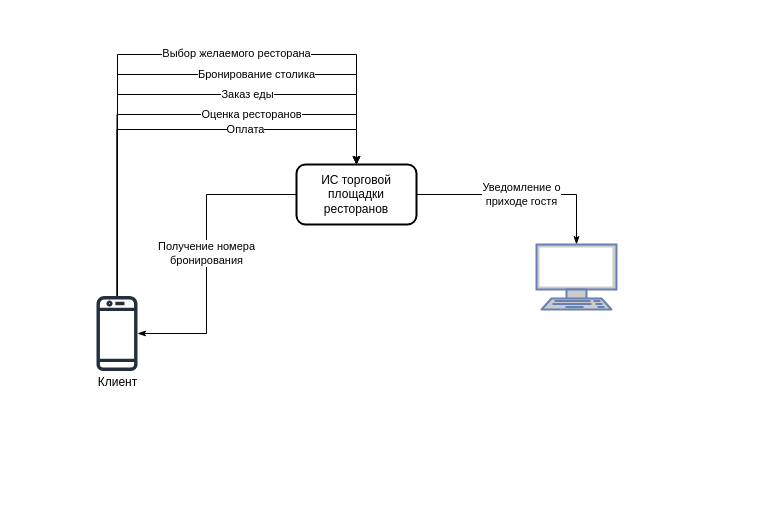
This is back/docs/subjectArea.drawio from 4Marvin2/hurrles, a draw.io file, before an edit. Source tidied: cells renumbered, new cells numbered last; positions are measured from the earlier drawing's top-left corner, leaving out a move shared by most shapes. Both pictures are drawn from the tidied source at 100%, with x=0, y=0 at pixel (86, 54).
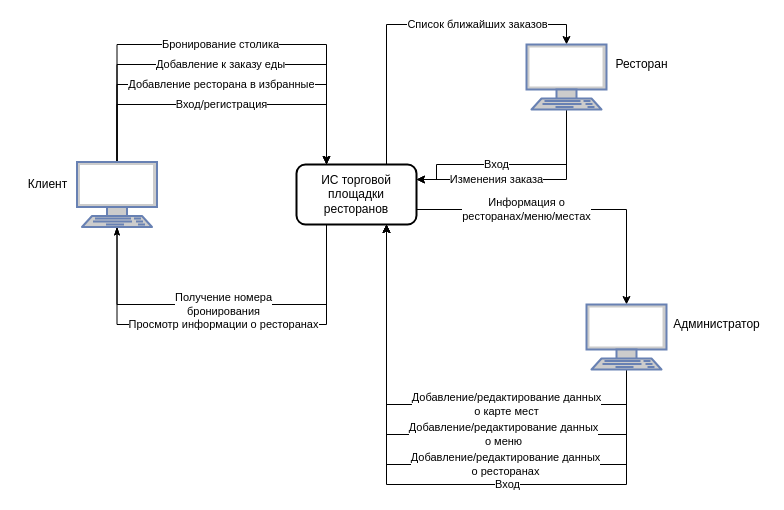
After the change.

The change refers to these unchanged cells:
```xml
<mxCell id="7" value="ИС торговой площадки ресторанов" style="rounded=1;whiteSpace=wrap;html=1;strokeWidth=2;" parent="1" vertex="1">
  <mxGeometry x="210" y="110" width="120" height="60" as="geometry" />
</mxCell>
```

Change to the diagram source:
```diff
@@
-    <mxCell id="2" style="edgeStyle=orthogonalEdgeStyle;rounded=0;jettySize=auto;html=1;exitX=0.5;exitY=0;exitDx=0;exitDy=0;endArrow=none;endFill=0;startArrow=classicThin;startFill=1;" parent="1" edge="1" source="7" target="10">
+    <mxCell id="2" value="Просмотр информации о ресторанах" style="edgeStyle=orthogonalEdgeStyle;rounded=0;jettySize=auto;html=1;exitX=0.5;exitY=1;exitDx=0;exitDy=0;endArrow=none;endFill=0;startArrow=classicThin;startFill=1;exitPerimeter=0;entryX=0.25;entryY=1;entryDx=0;entryDy=0;" parent="1" edge="1" source="17" target="7">
       <mxGeometry relative="1" as="geometry">
         <Array as="points">
-          <mxPoint x="270" />
-          <mxPoint x="31" />
+          <mxPoint x="30" y="270" />
+          <mxPoint x="240" y="270" />
         </Array>
       </mxGeometry>
     </mxCell>
-    <mxCell id="3" value="Выбор желаемого ресторана" style="edgeLabel;html=1;align=center;verticalAlign=middle;" parent="2" vertex="1">
-      <mxGeometry y="-2" relative="1" as="geometry">
-        <mxPoint x="64" as="offset" />
-      </mxGeometry>
-    </mxCell>
-    <mxCell id="4" value="Бронирование столика" style="edgeStyle=orthogonalEdgeStyle;rounded=0;jettySize=auto;html=1;exitX=0.5;exitY=0;exitDx=0;exitDy=0;startArrow=classicThin;startFill=1;endArrow=none;endFill=0;" parent="1" edge="1" source="7" target="10">
-      <mxGeometry x="-0.31" relative="1" as="geometry">
+    <mxCell id="4" value="Бронирование столика" style="edgeStyle=orthogonalEdgeStyle;rounded=0;jettySize=auto;html=1;exitX=0.25;exitY=0;exitDx=0;exitDy=0;startArrow=classicThin;startFill=1;endArrow=none;endFill=0;entryX=0.5;entryY=0;entryDx=0;entryDy=0;entryPerimeter=0;" parent="1" edge="1" source="7" target="17">
+      <mxGeometry x="0.01" relative="1" as="geometry">
         <Array as="points">
-          <mxPoint x="270" y="20" />
-          <mxPoint x="31" y="20" />
+          <mxPoint x="240" y="-10" />
+          <mxPoint x="30" y="-10" />
         </Array>
       </mxGeometry>
     </mxCell>
-    <mxCell id="5" value="Заказ еды" style="edgeStyle=orthogonalEdgeStyle;rounded=0;jettySize=auto;html=1;exitX=0.5;exitY=0;exitDx=0;exitDy=0;endArrow=none;endFill=0;startArrow=classicThin;startFill=1;" parent="1" edge="1" source="7" target="10">
-      <mxGeometry x="-0.3" relative="1" as="geometry">
+    <mxCell id="5" value="Добавление к заказу еды" style="edgeStyle=orthogonalEdgeStyle;rounded=0;jettySize=auto;html=1;endArrow=none;endFill=0;startArrow=classicThin;startFill=1;entryX=0.5;entryY=0;entryDx=0;entryDy=0;entryPerimeter=0;exitX=0.25;exitY=0;exitDx=0;exitDy=0;" parent="1" edge="1" source="7" target="17">
+      <mxGeometry x="0.01" relative="1" as="geometry">
         <Array as="points">
-          <mxPoint x="270" y="40" />
-          <mxPoint x="31" y="40" />
+          <mxPoint x="240" y="10" />
+          <mxPoint x="30" y="10" />
         </Array>
       </mxGeometry>
     </mxCell>
-    <mxCell id="6" value="Уведомление о&lt;br&gt;приходе гостя" style="edgeStyle=orthogonalEdgeStyle;rounded=0;jettySize=auto;html=1;exitX=1;exitY=0.5;exitDx=0;exitDy=0;entryX=0.5;entryY=0;entryDx=0;entryDy=0;entryPerimeter=0;startArrow=none;startFill=0;endArrow=classicThin;endFill=1;" parent="1" edge="1" source="7" target="12">
-      <mxGeometry relative="1" as="geometry" />
+    <mxCell id="6" value="Список ближайших заказов" style="edgeStyle=orthogonalEdgeStyle;rounded=0;jettySize=auto;html=1;exitX=0.75;exitY=0;exitDx=0;exitDy=0;entryX=0.5;entryY=0;entryDx=0;entryDy=0;entryPerimeter=0;" parent="1" edge="1" source="7" target="12">
+      <mxGeometry x="0.36" relative="1" as="geometry" />
     </mxCell>
+    <mxCell id="14" value="Информация о&lt;br&gt;ресторанах/меню/местах" style="edgeStyle=orthogonalEdgeStyle;rounded=0;jettySize=auto;html=1;exitX=1;exitY=0.75;exitDx=0;exitDy=0;entryX=0.5;entryY=0;entryDx=0;entryDy=0;entryPerimeter=0;" parent="1" edge="1" source="7" target="23">
+      <mxGeometry x="-0.28" relative="1" as="geometry" />
+    </mxCell>
@@
-    <mxCell id="8" value="Оценка ресторанов" style="edgeStyle=orthogonalEdgeStyle;rounded=0;jettySize=auto;html=1;entryX=0.5;entryY=0;entryDx=0;entryDy=0;" parent="1" edge="1" source="10" target="7">
-      <mxGeometry x="0.34" relative="1" as="geometry">
+    <mxCell id="8" value="Добавление ресторана в избранные" style="edgeStyle=orthogonalEdgeStyle;rounded=0;jettySize=auto;html=1;exitX=0.5;exitY=0;exitDx=0;exitDy=0;exitPerimeter=0;entryX=0.25;entryY=0;entryDx=0;entryDy=0;" parent="1" edge="1" source="17" target="7">
+      <mxGeometry x="-0.01" relative="1" as="geometry">
         <Array as="points">
-          <mxPoint x="31" y="60" />
-          <mxPoint x="270" y="60" />
+          <mxPoint x="30" y="30" />
+          <mxPoint x="240" y="30" />
         </Array>
       </mxGeometry>
     </mxCell>
-    <mxCell id="9" value="Получение номера&lt;br&gt;бронирования" style="edgeStyle=orthogonalEdgeStyle;rounded=0;jettySize=auto;html=1;startArrow=classicThin;startFill=1;endArrow=none;endFill=0;entryX=0;entryY=0.5;entryDx=0;entryDy=0;" parent="1" edge="1" source="10" target="7">
+    <mxCell id="9" value="Получение номера&lt;br&gt;бронирования" style="edgeStyle=orthogonalEdgeStyle;rounded=0;jettySize=auto;html=1;startArrow=classicThin;startFill=1;endArrow=none;endFill=0;entryX=0.25;entryY=1;entryDx=0;entryDy=0;exitX=0.5;exitY=1;exitDx=0;exitDy=0;exitPerimeter=0;" parent="1" edge="1" source="17" target="7">
       <mxGeometry relative="1" as="geometry">
         <Array as="points">
-          <mxPoint x="120" y="279" />
-          <mxPoint x="120" y="140" />
+          <mxPoint x="30" y="250" />
+          <mxPoint x="240" y="250" />
         </Array>
       </mxGeometry>
     </mxCell>
-    <mxCell id="10" style="sketch=0;outlineConnect=0;fontColor=#232F3E;gradientColor=none;fillColor=#232F3D;strokeColor=none;dashed=0;verticalLabelPosition=bottom;verticalAlign=top;align=center;html=1;fontSize=12;fontStyle=0;shape=mxgraph.aws4.mobile_client;" parent="1" vertex="1">
-      <mxGeometry x="10" y="240" width="41" height="78" as="geometry" />
-    </mxCell>
     <mxCell id="11" value="Клиент" style="text;html=1;align=center;verticalAlign=middle;strokeColor=none;fillColor=none;" parent="1" vertex="1">
-      <mxGeometry x="0.5" y="318" width="60" height="20" as="geometry" />
+      <mxGeometry x="-69.5" y="120" width="60" height="20" as="geometry" />
     </mxCell>
+    <mxCell id="15" value="Изменения заказа" style="edgeStyle=orthogonalEdgeStyle;rounded=0;jettySize=auto;html=1;exitX=0.5;exitY=1;exitDx=0;exitDy=0;exitPerimeter=0;entryX=1;entryY=0.25;entryDx=0;entryDy=0;" parent="1" edge="1" source="12" target="7">
+      <mxGeometry x="0.27" relative="1" as="geometry" />
+    </mxCell>
+    <mxCell id="16" value="Вход" style="edgeStyle=orthogonalEdgeStyle;rounded=0;jettySize=auto;html=1;exitX=0.5;exitY=1;exitDx=0;exitDy=0;exitPerimeter=0;entryX=1;entryY=0.25;entryDx=0;entryDy=0;" parent="1" edge="1" source="12" target="7">
+      <mxGeometry x="0.14" relative="1" as="geometry">
+        <Array as="points">
+          <mxPoint x="480" y="110" />
+          <mxPoint x="350" y="110" />
+          <mxPoint x="350" y="125" />
+        </Array>
+      </mxGeometry>
+    </mxCell>
     <mxCell id="12" style="fontColor=#0066CC;verticalAlign=top;verticalLabelPosition=bottom;labelPosition=center;align=center;html=1;outlineConnect=0;fillColor=#CCCCCC;strokeColor=#6881B3;gradientColor=none;gradientDirection=north;strokeWidth=2;shape=mxgraph.networks.terminal;" parent="1" vertex="1">
-      <mxGeometry x="450" y="190" width="80" height="65" as="geometry" />
+      <mxGeometry x="440" y="-10" width="80" height="65" as="geometry" />
     </mxCell>
-    <mxCell id="13" value="Оплата" style="edgeStyle=orthogonalEdgeStyle;rounded=0;jettySize=auto;html=1;entryX=0.5;entryY=0;entryDx=0;entryDy=0;" parent="1" edge="1" source="10" target="7">
-      <mxGeometry x="0.34" relative="1" as="geometry">
+    <mxCell id="13" value="Вход/регистрация" style="edgeStyle=orthogonalEdgeStyle;rounded=0;jettySize=auto;html=1;exitX=0.5;exitY=0;exitDx=0;exitDy=0;exitPerimeter=0;" parent="1" edge="1" source="17">
+      <mxGeometry x="-0.01" relative="1" as="geometry">
+        <mxPoint x="240" y="110" as="targetPoint" />
         <Array as="points">
-          <mxPoint x="31" y="75" />
-          <mxPoint x="270" y="75" />
+          <mxPoint x="30" y="50" />
+          <mxPoint x="240" y="50" />
         </Array>
       </mxGeometry>
     </mxCell>
+    <mxCell id="17" style="fontColor=#0066CC;verticalAlign=top;verticalLabelPosition=bottom;labelPosition=center;align=center;html=1;outlineConnect=0;fillColor=#CCCCCC;strokeColor=#6881B3;gradientColor=none;gradientDirection=north;strokeWidth=2;shape=mxgraph.networks.terminal;" parent="1" vertex="1">
+      <mxGeometry x="-9.5" y="107.5" width="80" height="65" as="geometry" />
+    </mxCell>
+    <mxCell id="18" value="Ресторан" style="text;html=1;align=center;verticalAlign=middle;strokeColor=none;fillColor=none;" parent="1" vertex="1">
+      <mxGeometry x="520" width="70" height="20" as="geometry" />
+    </mxCell>
+    <mxCell id="19" value="Добавление/редактирование данных&lt;br&gt;о ресторанах" style="edgeStyle=orthogonalEdgeStyle;rounded=0;jettySize=auto;html=1;exitX=0.5;exitY=1;exitDx=0;exitDy=0;exitPerimeter=0;entryX=0.75;entryY=1;entryDx=0;entryDy=0;" parent="1" edge="1" source="23" target="7">
+      <mxGeometry x="-0.25" relative="1" as="geometry">
+        <Array as="points">
+          <mxPoint x="540" y="410" />
+          <mxPoint x="300" y="410" />
+        </Array>
+      </mxGeometry>
+    </mxCell>
+    <mxCell id="20" value="Добавление/редактирование данных&lt;br&gt;о меню" style="edgeStyle=orthogonalEdgeStyle;rounded=0;jettySize=auto;html=1;exitX=0.5;exitY=1;exitDx=0;exitDy=0;exitPerimeter=0;entryX=0.75;entryY=1;entryDx=0;entryDy=0;" parent="1" edge="1" source="23" target="7">
+      <mxGeometry x="-0.27" relative="1" as="geometry">
+        <Array as="points">
+          <mxPoint x="540" y="380" />
+          <mxPoint x="300" y="380" />
+        </Array>
+      </mxGeometry>
+    </mxCell>
+    <mxCell id="21" value="Добавление/редактирование данных&lt;br&gt;о карте мест" style="edgeStyle=orthogonalEdgeStyle;rounded=0;jettySize=auto;html=1;exitX=0.5;exitY=1;exitDx=0;exitDy=0;exitPerimeter=0;entryX=0.75;entryY=1;entryDx=0;entryDy=0;" parent="1" edge="1" source="23" target="7">
+      <mxGeometry x="-0.32" relative="1" as="geometry">
+        <Array as="points">
+          <mxPoint x="540" y="350" />
+          <mxPoint x="300" y="350" />
+        </Array>
+      </mxGeometry>
+    </mxCell>
+    <mxCell id="22" value="Вход" style="edgeStyle=orthogonalEdgeStyle;rounded=0;jettySize=auto;html=1;exitX=0.5;exitY=1;exitDx=0;exitDy=0;exitPerimeter=0;entryX=0.75;entryY=1;entryDx=0;entryDy=0;" parent="1" edge="1" source="23" target="7">
+      <mxGeometry x="-0.24" relative="1" as="geometry">
+        <Array as="points">
+          <mxPoint x="540" y="430" />
+          <mxPoint x="300" y="430" />
+        </Array>
+      </mxGeometry>
+    </mxCell>
+    <mxCell id="23" style="fontColor=#0066CC;verticalAlign=top;verticalLabelPosition=bottom;labelPosition=center;align=center;html=1;outlineConnect=0;fillColor=#CCCCCC;strokeColor=#6881B3;gradientColor=none;gradientDirection=north;strokeWidth=2;shape=mxgraph.networks.terminal;" parent="1" vertex="1">
+      <mxGeometry x="500" y="250" width="80" height="65" as="geometry" />
+    </mxCell>
+    <mxCell id="24" value="Администратор" style="text;html=1;align=center;verticalAlign=middle;strokeColor=none;fillColor=none;" parent="1" vertex="1">
+      <mxGeometry x="580" y="260" width="100" height="20" as="geometry" />
+    </mxCell>
```
